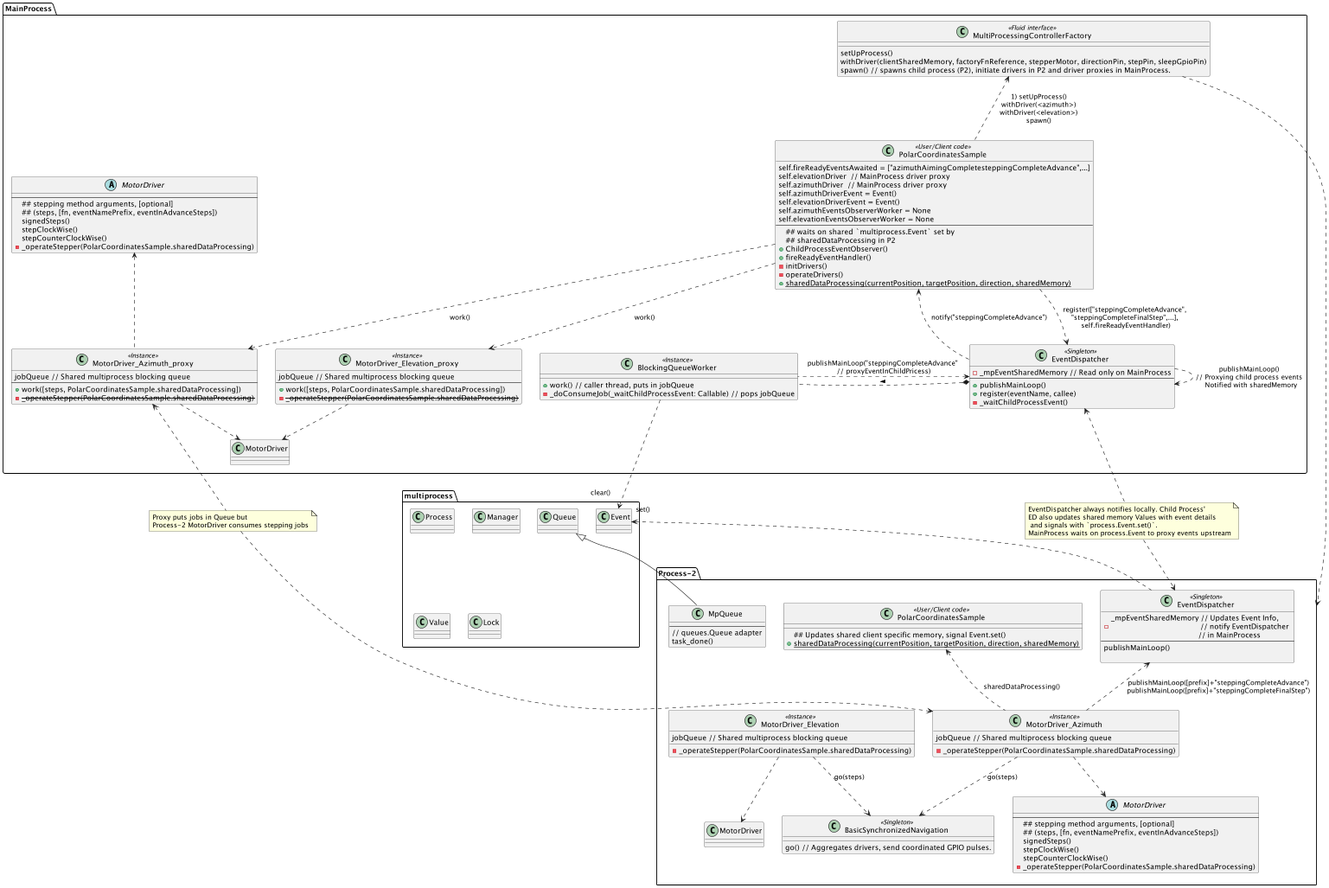
This is doc/multiprocess.png from juanmf/StepperMotors, a PlantUML export, as it was before one commit.
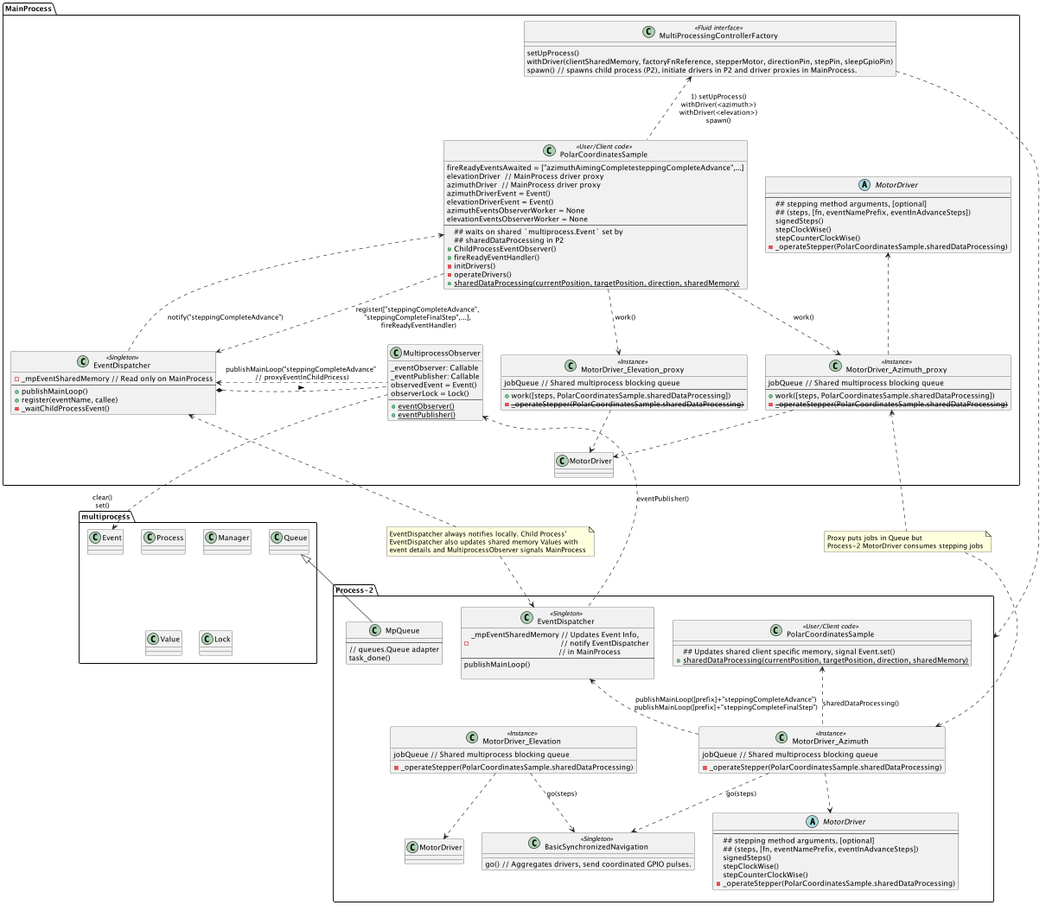
After the commit.

Change to the diagram source:
```diff
@@ -17,10 +17,17 @@
 + register(eventName, callee)
 - _waitChildProcessEvent()
 }
-class BlockingQueueWorkerEd as "BlockingQueueWorker" <<Instance>> {
-+ work() // caller thread, puts in jobQueue
-- _doConsumeJob(_waitChildProcessEvent: Callable) // pops jobQueue
+
+class MultiprocessObserver {
+_eventObserver: Callable
+_eventPublisher: Callable
+observedEvent = Event()
+observerLock = Lock()
+--
++ {static} eventObserver()
++ {static} eventPublisher()
 }
+
 abstract class MotorDriver1 as "MotorDriver" {
 --
 ## stepping method arguments, [optional]
@@ -46,13 +53,13 @@
 MotorDriver_Azimuth_proxy ..> MotorDriver
 
 class PolarCoordinatesSample <<User/Client code>> {
-        self.fireReadyEventsAwaited = ["azimuthAimingCompletesteppingCompleteAdvance",...]
-        self.elevationDriver  // MainProcess driver proxy
-        self.azimuthDriver  // MainProcess driver proxy
-        self.azimuthDriverEvent = Event()
-        self.elevationDriverEvent = Event()
-        self.azimuthEventsObserverWorker = None
-        self.elevationEventsObserverWorker = None
+        fireReadyEventsAwaited = ["azimuthAimingCompletesteppingCompleteAdvance",...]
+        elevationDriver  // MainProcess driver proxy
+        azimuthDriver  // MainProcess driver proxy
+        azimuthDriverEvent = Event()
+        elevationDriverEvent = Event()
+        azimuthEventsObserverWorker = None
+        elevationEventsObserverWorker = None
 --
 ## waits on shared `multiprocess.Event` set by \n## sharedDataProcessing in P2
 +ChildProcessEventObserver()
@@ -107,7 +114,7 @@
 
 }
 PolarCoordinatesSample .up.> MultiProcessingControllerFactory : 1) setUpProcess()\nwithDriver(<azimuth>)\nwithDriver(<elevation>)\nspawn()
-PolarCoordinatesSample ..> EventDispatcher : register(["steppingCompleteAdvance",\n "steppingCompleteFinalStep",...], \n self.fireReadyEventHandler)
+PolarCoordinatesSample ..> EventDispatcher : register(["steppingCompleteAdvance",\n "steppingCompleteFinalStep",...], \n fireReadyEventHandler)
 MultiProcessingControllerFactory .right..> Process2
 
 PolarCoordinatesSample ..> MotorDriver_Elevation_proxy : work()
@@ -121,14 +128,14 @@
 MotorDriver_Azimuth .up.> "EventDispatcher2" : publishMainLoop([prefix]+"steppingCompleteAdvance")\npublishMainLoop([prefix]+"steppingCompleteFinalStep")
 MotorDriver_Azimuth .up.> PolarCoordinatesSample2 : sharedDataProcessing()
 
-EventDispatcher ..> EventDispatcher : publishMainLoop() \n// Proxying child process events \n Notified with sharedMemory
 EventDispatcher ..> PolarCoordinatesSample : notify("steppingCompleteAdvance")
 
 MpQueue -up-|>  multiprocess.Queue
-EventDispatcher2 .up.> "set()   \n" Event
-BlockingQueueWorkerEd ..up..* EventDispatcher : <
-BlockingQueueWorkerEd .left..> EventDispatcher : publishMainLoop("steppingCompleteAdvance" \n// proxyEventInChildPricess)
-BlockingQueueWorkerEd .down..> "clear()   \n" Event
+MultiprocessObserver ..up..* EventDispatcher : <
+MultiprocessObserver .left..> EventDispatcher : publishMainLoop("steppingCompleteAdvance" \n// proxyEventInChildPricess)
+MultiprocessObserver .down..> "clear()\n set() \n\n" Event
+MultiprocessObserver <.. EventDispatcher2 : eventPublisher()
+
 
 note as N1
 Proxy puts jobs in Queue but
@@ -137,9 +144,8 @@
 
 note as N2
 EventDispatcher always notifies locally. Child Process'
-ED also updates shared memory Values with event details
- and signals with `process.Event.set()`.
-MainProcess waits on process.Event to proxy events upstream
+EventDispatcher also updates shared memory Values with
+event details and MultiprocessObserver signals MainProcess
 end note
 
 N1 .up.> MotorDriver_Azimuth_proxy
```
